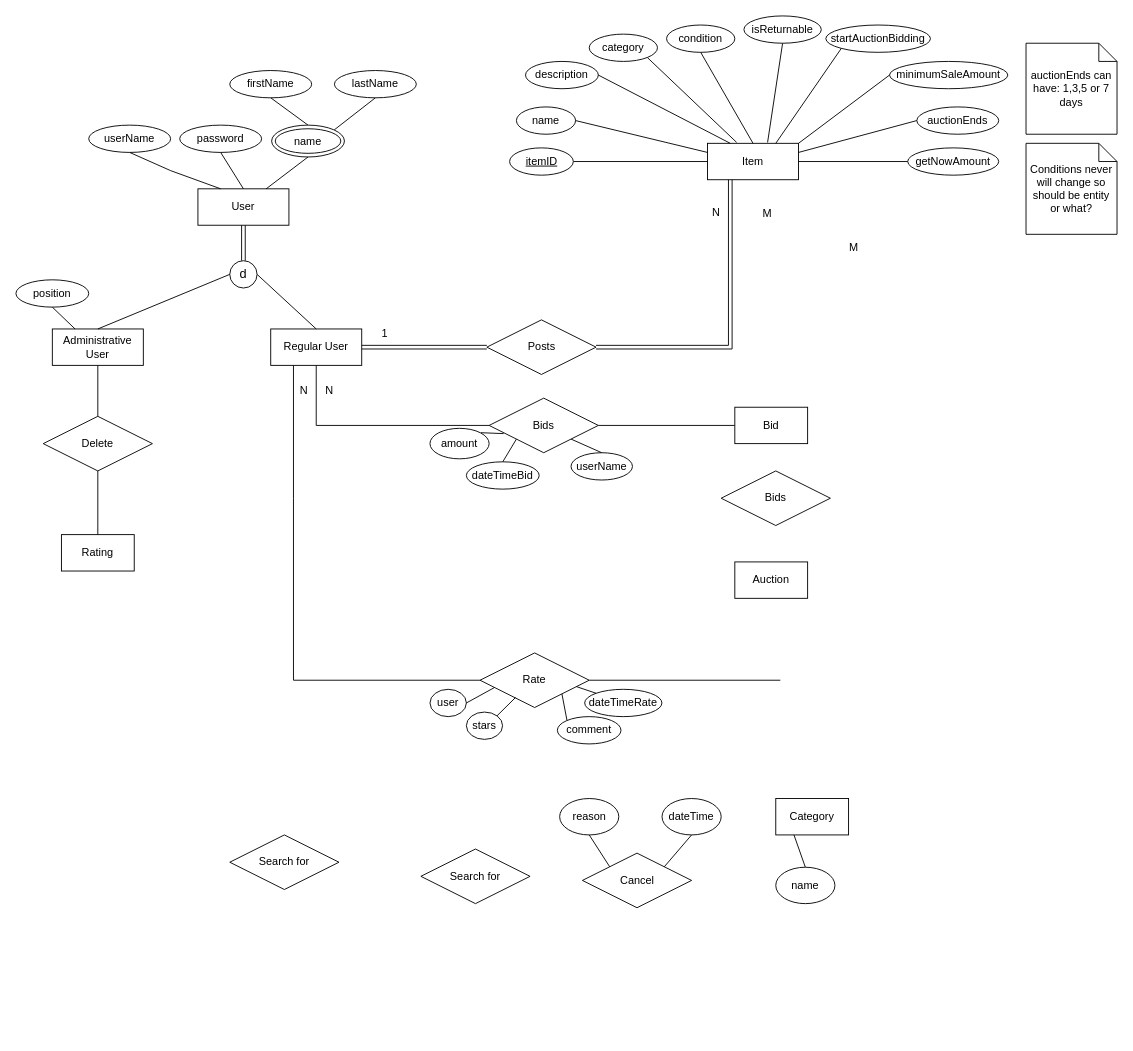
This is EER-Diagram.drawio from jobanyv9/6400_DatbaseDesign, a draw.io file, before an edit. Source tidied: cells renumbered, new cells numbered last; positions are measured from the earlier drawing's top-left corner, leaving out a move shared by most shapes. Both pictures are drawn from the tidied source at 91%, with x=0, y=0 at pixel (15, 15).
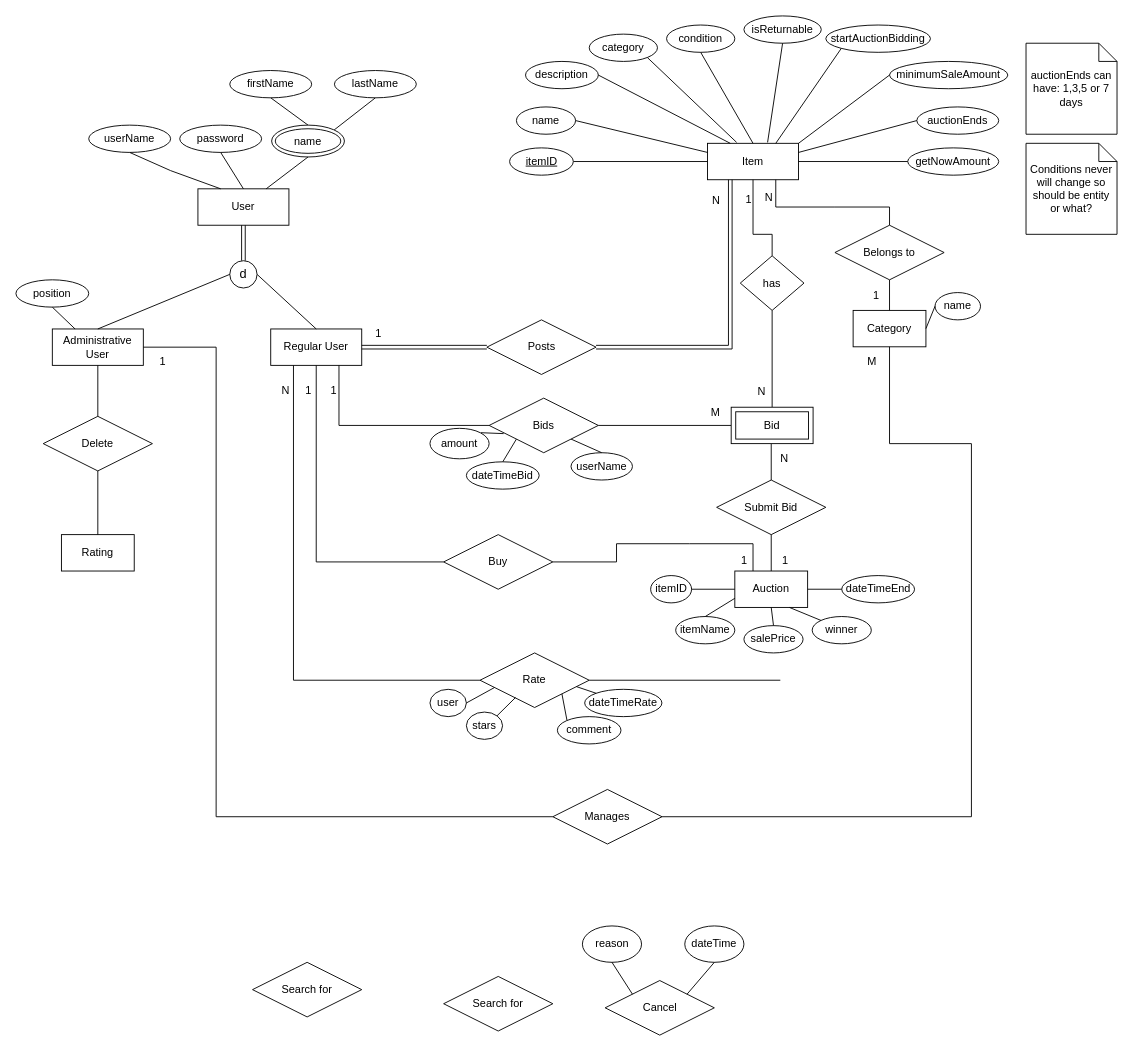
The same page after the edit.

Unchanged cells that the change refers to:
```xml
<mxCell id="3" value="Administrative User" style="whiteSpace=wrap;html=1;align=center;" parent="1" vertex="1">
  <mxGeometry x="40" y="344" width="100" height="40" as="geometry" />
</mxCell>
<mxCell id="4" value="Regular User" style="whiteSpace=wrap;html=1;align=center;" parent="1" vertex="1">
  <mxGeometry x="280" y="344" width="100" height="40" as="geometry" />
</mxCell>
<mxCell id="5" value="Item" style="whiteSpace=wrap;html=1;align=center;" parent="1" vertex="1">
  <mxGeometry x="760" y="140" width="100" height="40" as="geometry" />
</mxCell>
<mxCell id="65" value="Bids" style="shape=rhombus;perimeter=rhombusPerimeter;whiteSpace=wrap;html=1;align=center;" parent="1" vertex="1">
  <mxGeometry x="520" y="420" width="120" height="60" as="geometry" />
</mxCell>
<mxCell id="74" style="shape=link;html=1;rounded=0;entryX=0;entryY=0.5;entryDx=0;entryDy=0;" parent="1" edge="1" target="73">
  <mxGeometry relative="1" as="geometry">
    <mxPoint x="380" y="364" as="sourcePoint" />
  </mxGeometry>
</mxCell>
<mxCell id="78" value="Rate" style="shape=rhombus;perimeter=rhombusPerimeter;whiteSpace=wrap;html=1;align=center;" parent="1" vertex="1">
  <mxGeometry x="510" y="700" width="120" height="60" as="geometry" />
</mxCell>
```

The edit, as a diff of the source:
```diff
@@
     <mxCell id="33" value="Category" style="whiteSpace=wrap;html=1;align=center;" parent="1" vertex="1">
-      <mxGeometry x="835" y="860" width="80" height="40" as="geometry" />
+      <mxGeometry x="920" y="323.6" width="80" height="40" as="geometry" />
     </mxCell>
     <mxCell id="34" value="name" style="ellipse;whiteSpace=wrap;html=1;align=center;" parent="1" vertex="1">
-      <mxGeometry x="835" y="935.5" width="65" height="40" as="geometry" />
+      <mxGeometry x="1010" y="304" width="50" height="30" as="geometry" />
     </mxCell>
-    <mxCell id="35" style="endArrow=none;html=1;rounded=0;entryX=0.25;entryY=1;entryDx=0;entryDy=0;exitX=0.5;exitY=0;exitDx=0;exitDy=0;" parent="1" edge="1" source="34" target="33">
+    <mxCell id="35" style="endArrow=none;html=1;rounded=0;entryX=1;entryY=0.5;entryDx=0;entryDy=0;exitX=0;exitY=0.5;exitDx=0;exitDy=0;" parent="1" edge="1" source="34" target="33">
       <mxGeometry relative="1" as="geometry" />
     </mxCell>
@@
     <mxCell id="47" value="Search for" style="shape=rhombus;perimeter=rhombusPerimeter;whiteSpace=wrap;html=1;align=center;" parent="1" vertex="1">
-      <mxGeometry x="445" y="915.5" width="120" height="60" as="geometry" />
+      <mxGeometry x="470" y="1055.5" width="120" height="60" as="geometry" />
     </mxCell>
@@
     <mxCell id="56" value="Cancel" style="shape=rhombus;perimeter=rhombusPerimeter;whiteSpace=wrap;html=1;align=center;" parent="1" vertex="1">
-      <mxGeometry x="622.5" y="920" width="120" height="60" as="geometry" />
+      <mxGeometry x="647.5" y="1060" width="120" height="60" as="geometry" />
     </mxCell>
     <mxCell id="57" value="reason" style="ellipse;whiteSpace=wrap;html=1;align=center;" parent="1" vertex="1">
-      <mxGeometry x="597.5" y="860" width="65" height="40" as="geometry" />
+      <mxGeometry x="622.5" y="1000" width="65" height="40" as="geometry" />
     </mxCell>
     <mxCell id="58" value="dateTime" style="ellipse;whiteSpace=wrap;html=1;align=center;" parent="1" vertex="1">
-      <mxGeometry x="710" y="860" width="65" height="40" as="geometry" />
+      <mxGeometry x="735" y="1000" width="65" height="40" as="geometry" />
     </mxCell>
@@
     <mxCell id="64" value="Auction" style="whiteSpace=wrap;html=1;align=center;" parent="1" vertex="1">
-      <mxGeometry x="790" y="600" width="80" height="40" as="geometry" />
+      <mxGeometry x="790" y="610" width="80" height="40" as="geometry" />
     </mxCell>
@@
-    <mxCell id="67" value="M" style="html=1;whiteSpace=wrap;align=left;verticalAlign=bottom;" parent="1" vertex="1">
-      <mxGeometry x="920" y="269" as="geometry">
-        <mxPoint x="-6" y="-6" as="offset" />
-      </mxGeometry>
-    </mxCell>
-    <mxCell id="68" style="endArrow=none;html=1;rounded=0;exitX=0.5;exitY=1;exitDx=0;exitDy=0;entryX=0;entryY=0.5;entryDx=0;entryDy=0;" parent="1" edge="1" source="4" target="65">
+    <mxCell id="68" style="endArrow=none;html=1;rounded=0;entryX=0;entryY=0.5;entryDx=0;entryDy=0;exitX=0.75;exitY=1;exitDx=0;exitDy=0;" parent="1" edge="1" source="4" target="65">
       <mxGeometry relative="1" as="geometry">
         <Array as="points">
-          <mxPoint x="330" y="450" />
+          <mxPoint x="355" y="450" />
         </Array>
       </mxGeometry>
     </mxCell>
@@
-    <mxCell id="70" value="N" style="html=1;whiteSpace=wrap;align=right;verticalAlign=bottom;" parent="68" vertex="1">
-      <mxGeometry x="1" relative="1" as="geometry">
-        <mxPoint x="-170" y="-30" as="offset" />
-      </mxGeometry>
-    </mxCell>
-    <mxCell id="71" style="endArrow=none;html=1;rounded=0;exitX=1;exitY=0.5;exitDx=0;exitDy=0;" parent="1" edge="1" source="65">
-      <mxGeometry relative="1" as="geometry">
-        <mxPoint x="790" y="450" as="targetPoint" />
-      </mxGeometry>
+    <mxCell id="71" style="endArrow=none;html=1;rounded=0;exitX=1;exitY=0.5;exitDx=0;exitDy=0;entryX=0;entryY=0.5;entryDx=0;entryDy=0;" parent="1" edge="1" source="65" target="92">
+      <mxGeometry relative="1" as="geometry" />
     </mxCell>
@@
     <mxCell id="75" value="1" style="html=1;whiteSpace=wrap;align=right;verticalAlign=bottom;" parent="74" vertex="1">
       <mxGeometry x="1" relative="1" as="geometry">
-        <mxPoint x="-108" y="-7" as="offset" />
+        <mxPoint x="-115" y="-7" as="offset" />
       </mxGeometry>
     </mxCell>
     <mxCell id="76" value="N" style="html=1;whiteSpace=wrap;align=right;verticalAlign=bottom;" parent="1" vertex="1">
-      <mxGeometry x="350" y="359.6" as="geometry">
+      <mxGeometry x="350" y="346.6" as="geometry">
         <mxPoint x="425" y="-136" as="offset" />
       </mxGeometry>
     </mxCell>
@@
     <mxCell id="79" style="endArrow=none;html=1;rounded=0;entryX=0;entryY=0.5;entryDx=0;entryDy=0;exitX=0.25;exitY=1;exitDx=0;exitDy=0;" parent="1" edge="1" source="4" target="78">
       <mxGeometry relative="1" as="geometry">
         <Array as="points">
-          <mxPoint x="305" y="530" />
           <mxPoint x="305" y="730" />
         </Array>
       </mxGeometry>
     </mxCell>
@@
-    <mxCell id="81" value="M" style="html=1;whiteSpace=wrap;align=left;verticalAlign=bottom;" parent="1" vertex="1">
-      <mxGeometry x="825" y="231" as="geometry">
-        <mxPoint x="-6" y="-6" as="offset" />
-      </mxGeometry>
-    </mxCell>
     <mxCell id="82" value="N" style="html=1;whiteSpace=wrap;align=right;verticalAlign=bottom;" parent="1" vertex="1">
-      <mxGeometry x="425" y="365.6" as="geometry">
+      <mxGeometry x="405" y="365.6" as="geometry">
         <mxPoint x="-103" y="54" as="offset" />
       </mxGeometry>
     </mxCell>
@@
     <mxCell id="91" value="Search for" style="shape=rhombus;perimeter=rhombusPerimeter;whiteSpace=wrap;html=1;align=center;" parent="1" vertex="1">
-      <mxGeometry x="235" y="900" width="120" height="60" as="geometry" />
+      <mxGeometry x="260" y="1040" width="120" height="60" as="geometry" />
     </mxCell>
+    <mxCell id="93" value="Submit Bid" style="shape=rhombus;perimeter=rhombusPerimeter;whiteSpace=wrap;html=1;align=center;" parent="1" vertex="1">
+      <mxGeometry x="770" y="510" width="120" height="60" as="geometry" />
+    </mxCell>
+    <mxCell id="94" value="itemID" style="ellipse;whiteSpace=wrap;html=1;align=center;" parent="1" vertex="1">
+      <mxGeometry x="697.5" y="615" width="45" height="30" as="geometry" />
+    </mxCell>
+    <mxCell id="95" value="itemName" style="ellipse;whiteSpace=wrap;html=1;align=center;" parent="1" vertex="1">
+      <mxGeometry x="725" y="660" width="65" height="30" as="geometry" />
+    </mxCell>
+    <mxCell id="96" value="salePrice" style="ellipse;whiteSpace=wrap;html=1;align=center;" parent="1" vertex="1">
+      <mxGeometry x="800" y="670" width="65" height="30" as="geometry" />
+    </mxCell>
+    <mxCell id="97" value="winner" style="ellipse;whiteSpace=wrap;html=1;align=center;" parent="1" vertex="1">
+      <mxGeometry x="875" y="660" width="65" height="30" as="geometry" />
+    </mxCell>
+    <mxCell id="98" value="dateTimeEnd" style="ellipse;whiteSpace=wrap;html=1;align=center;" parent="1" vertex="1">
+      <mxGeometry x="907.5" y="615" width="80" height="30" as="geometry" />
+    </mxCell>
+    <mxCell id="99" style="endArrow=none;html=1;rounded=0;entryX=0;entryY=0.5;entryDx=0;entryDy=0;exitX=1;exitY=0.5;exitDx=0;exitDy=0;" parent="1" edge="1" source="94" target="64">
+      <mxGeometry relative="1" as="geometry" />
+    </mxCell>
+    <mxCell id="100" style="endArrow=none;html=1;rounded=0;entryX=0;entryY=0.75;entryDx=0;entryDy=0;exitX=0.5;exitY=0;exitDx=0;exitDy=0;" parent="1" edge="1" source="95" target="64">
+      <mxGeometry relative="1" as="geometry" />
+    </mxCell>
+    <mxCell id="101" style="endArrow=none;html=1;rounded=0;entryX=0.5;entryY=0;entryDx=0;entryDy=0;exitX=0.5;exitY=1;exitDx=0;exitDy=0;" parent="1" edge="1" source="64" target="96">
+      <mxGeometry relative="1" as="geometry" />
+    </mxCell>
+    <mxCell id="102" style="endArrow=none;html=1;rounded=0;entryX=0;entryY=0;entryDx=0;entryDy=0;exitX=0.75;exitY=1;exitDx=0;exitDy=0;" parent="1" edge="1" source="64" target="97">
+      <mxGeometry relative="1" as="geometry" />
+    </mxCell>
+    <mxCell id="103" style="endArrow=none;html=1;rounded=0;entryX=0;entryY=0.5;entryDx=0;entryDy=0;exitX=1;exitY=0.5;exitDx=0;exitDy=0;" parent="1" edge="1" source="64" target="98">
+      <mxGeometry relative="1" as="geometry" />
+    </mxCell>
+    <mxCell id="104" value="Belongs to" style="shape=rhombus;perimeter=rhombusPerimeter;whiteSpace=wrap;html=1;align=center;" parent="1" vertex="1">
+      <mxGeometry x="900" y="230" width="120" height="60" as="geometry" />
+    </mxCell>
+    <mxCell id="105" style="endArrow=none;html=1;rounded=0;exitX=0.75;exitY=1;exitDx=0;exitDy=0;entryX=0.5;entryY=0;entryDx=0;entryDy=0;" parent="1" edge="1" source="5" target="104">
+      <mxGeometry relative="1" as="geometry">
+        <Array as="points">
+          <mxPoint x="835" y="210" />
+          <mxPoint x="900" y="210" />
+          <mxPoint x="960" y="210" />
+        </Array>
+      </mxGeometry>
+    </mxCell>
+    <mxCell id="106" style="endArrow=none;html=1;rounded=0;exitX=0.5;exitY=1;exitDx=0;exitDy=0;entryX=0.5;entryY=0;entryDx=0;entryDy=0;" parent="1" edge="1" source="104" target="33">
+      <mxGeometry relative="1" as="geometry" />
+    </mxCell>
+    <mxCell id="107" value="N" style="html=1;whiteSpace=wrap;align=right;verticalAlign=bottom;" parent="1" vertex="1">
+      <mxGeometry x="338" y="430" as="geometry">
+        <mxPoint x="495" y="-222" as="offset" />
+      </mxGeometry>
+    </mxCell>
+    <mxCell id="108" value="1" style="html=1;whiteSpace=wrap;align=right;verticalAlign=bottom;" parent="1" vertex="1">
+      <mxGeometry x="455" y="365.6" as="geometry">
+        <mxPoint x="495" y="-50" as="offset" />
+      </mxGeometry>
+    </mxCell>
+    <mxCell id="109" style="endArrow=none;html=1;rounded=0;exitX=1;exitY=0.5;exitDx=0;exitDy=0;entryX=0;entryY=0.5;entryDx=0;entryDy=0;" parent="1" edge="1" source="3" target="110">
+      <mxGeometry relative="1" as="geometry">
+        <Array as="points">
+          <mxPoint x="220" y="364" />
+          <mxPoint x="220" y="880" />
+        </Array>
+      </mxGeometry>
+    </mxCell>
+    <mxCell id="110" value="Manages" style="shape=rhombus;perimeter=rhombusPerimeter;whiteSpace=wrap;html=1;align=center;" parent="1" vertex="1">
+      <mxGeometry x="590" y="850" width="120" height="60" as="geometry" />
+    </mxCell>
+    <mxCell id="111" style="endArrow=none;html=1;rounded=0;exitX=1;exitY=0.5;exitDx=0;exitDy=0;entryX=0.5;entryY=1;entryDx=0;entryDy=0;" parent="1" edge="1" source="110" target="33">
+      <mxGeometry relative="1" as="geometry">
+        <Array as="points">
+          <mxPoint x="1050" y="880" />
+          <mxPoint x="1050" y="470" />
+          <mxPoint x="960" y="470" />
+        </Array>
+      </mxGeometry>
+    </mxCell>
+    <mxCell id="112" value="1" style="html=1;whiteSpace=wrap;align=right;verticalAlign=bottom;" parent="1" vertex="1">
+      <mxGeometry x="420" y="367" as="geometry">
+        <mxPoint x="-254" y="21" as="offset" />
+      </mxGeometry>
+    </mxCell>
+    <mxCell id="113" value="M" style="html=1;whiteSpace=wrap;align=left;verticalAlign=bottom;" parent="1" vertex="1">
+      <mxGeometry x="940" y="394" as="geometry">
+        <mxPoint x="-6" y="-6" as="offset" />
+      </mxGeometry>
+    </mxCell>
+    <mxCell id="114" style="endArrow=none;html=1;rounded=0;entryX=0.5;entryY=1;entryDx=0;entryDy=0;exitX=0.5;exitY=0;exitDx=0;exitDy=0;" parent="1" edge="1" source="93">
+      <mxGeometry relative="1" as="geometry">
+        <mxPoint x="830" y="470" as="targetPoint" />
+      </mxGeometry>
+    </mxCell>
+    <mxCell id="115" style="endArrow=none;html=1;rounded=0;entryX=0.5;entryY=1;entryDx=0;entryDy=0;exitX=0.5;exitY=0;exitDx=0;exitDy=0;" parent="1" edge="1" source="64" target="93">
+      <mxGeometry relative="1" as="geometry" />
+    </mxCell>
+    <mxCell id="116" value="M" style="html=1;whiteSpace=wrap;align=left;verticalAlign=bottom;" parent="1" vertex="1">
+      <mxGeometry x="767.5" y="450" as="geometry">
+        <mxPoint x="-6" y="-6" as="offset" />
+      </mxGeometry>
+    </mxCell>
+    <mxCell id="117" value="N" style="html=1;whiteSpace=wrap;align=right;verticalAlign=bottom;" parent="1" vertex="1">
+      <mxGeometry x="850" y="495" as="geometry" />
+    </mxCell>
+    <mxCell id="118" value="1" style="html=1;whiteSpace=wrap;align=right;verticalAlign=bottom;" parent="1" vertex="1">
+      <mxGeometry x="408" y="367" as="geometry">
+        <mxPoint x="442" y="240" as="offset" />
+      </mxGeometry>
+    </mxCell>
+    <mxCell id="119" value="1" style="html=1;whiteSpace=wrap;align=right;verticalAlign=bottom;" parent="1" vertex="1">
+      <mxGeometry x="414" y="373" as="geometry">
+        <mxPoint x="-60" y="47" as="offset" />
+      </mxGeometry>
+    </mxCell>
+    <mxCell id="120" value="has" style="shape=rhombus;perimeter=rhombusPerimeter;whiteSpace=wrap;html=1;align=center;" parent="1" vertex="1">
+      <mxGeometry x="796" y="263.6" width="70" height="60" as="geometry" />
+    </mxCell>
+    <mxCell id="121" style="endArrow=none;html=1;rounded=0;exitX=0.5;exitY=1;exitDx=0;exitDy=0;entryX=0.5;entryY=0;entryDx=0;entryDy=0;" parent="1" edge="1" source="120" target="92">
+      <mxGeometry relative="1" as="geometry" />
+    </mxCell>
+    <mxCell id="122" style="endArrow=none;html=1;rounded=0;exitX=0.5;exitY=1;exitDx=0;exitDy=0;entryX=0.5;entryY=0;entryDx=0;entryDy=0;" parent="1" edge="1" source="5" target="120">
+      <mxGeometry relative="1" as="geometry">
+        <Array as="points">
+          <mxPoint x="810" y="240" />
+          <mxPoint x="831" y="240" />
+        </Array>
+      </mxGeometry>
+    </mxCell>
-    <mxCell id="92" value="Bid" style="whiteSpace=wrap;html=1;align=center;" parent="1" vertex="1">
-      <mxGeometry x="790" y="430" width="80" height="40" as="geometry" />
+    <mxCell id="92" value="Bid" style="shape=ext;margin=3;double=1;whiteSpace=wrap;html=1;align=center;" parent="1" vertex="1">
+      <mxGeometry x="786" y="430" width="90" height="40" as="geometry" />
     </mxCell>
-    <mxCell id="93" value="Bids" style="shape=rhombus;perimeter=rhombusPerimeter;whiteSpace=wrap;html=1;align=center;" parent="1" vertex="1">
-      <mxGeometry x="775" y="500" width="120" height="60" as="geometry" />
-    </mxCell>
+    <mxCell id="123" value="Buy" style="shape=rhombus;perimeter=rhombusPerimeter;whiteSpace=wrap;html=1;align=center;" parent="1" vertex="1">
+      <mxGeometry x="470" y="570" width="120" height="60" as="geometry" />
+    </mxCell>
+    <mxCell id="124" style="endArrow=none;html=1;rounded=0;exitX=0.5;exitY=1;exitDx=0;exitDy=0;entryX=0;entryY=0.5;entryDx=0;entryDy=0;" parent="1" edge="1" source="4" target="123">
+      <mxGeometry relative="1" as="geometry">
+        <Array as="points">
+          <mxPoint x="330" y="600" />
+        </Array>
+      </mxGeometry>
+    </mxCell>
+    <mxCell id="125" style="endArrow=none;html=1;rounded=0;exitX=1;exitY=0.5;exitDx=0;exitDy=0;entryX=0.25;entryY=0;entryDx=0;entryDy=0;" parent="1" edge="1" source="123" target="64">
+      <mxGeometry relative="1" as="geometry">
+        <Array as="points">
+          <mxPoint x="660" y="600" />
+          <mxPoint x="660" y="580" />
+          <mxPoint x="740" y="580" />
+          <mxPoint x="810" y="580" />
+        </Array>
+      </mxGeometry>
+    </mxCell>
+    <mxCell id="126" value="1" style="html=1;whiteSpace=wrap;align=right;verticalAlign=bottom;" parent="1" vertex="1">
+      <mxGeometry x="386" y="373" as="geometry">
+        <mxPoint x="-60" y="47" as="offset" />
+      </mxGeometry>
+    </mxCell>
+    <mxCell id="127" value="1" style="html=1;whiteSpace=wrap;align=right;verticalAlign=bottom;" parent="1" vertex="1">
+      <mxGeometry x="865" y="560" as="geometry">
+        <mxPoint x="-60" y="47" as="offset" />
+      </mxGeometry>
+    </mxCell>
+    <mxCell id="128" value="1" style="html=1;whiteSpace=wrap;align=right;verticalAlign=bottom;" parent="1" vertex="1">
+      <mxGeometry x="810" y="210" as="geometry" />
+    </mxCell>
+    <mxCell id="129" value="N" style="html=1;whiteSpace=wrap;align=right;verticalAlign=bottom;" parent="1" vertex="1">
+      <mxGeometry x="400" y="557" as="geometry">
+        <mxPoint x="425" y="-136" as="offset" />
+      </mxGeometry>
+    </mxCell>
```
